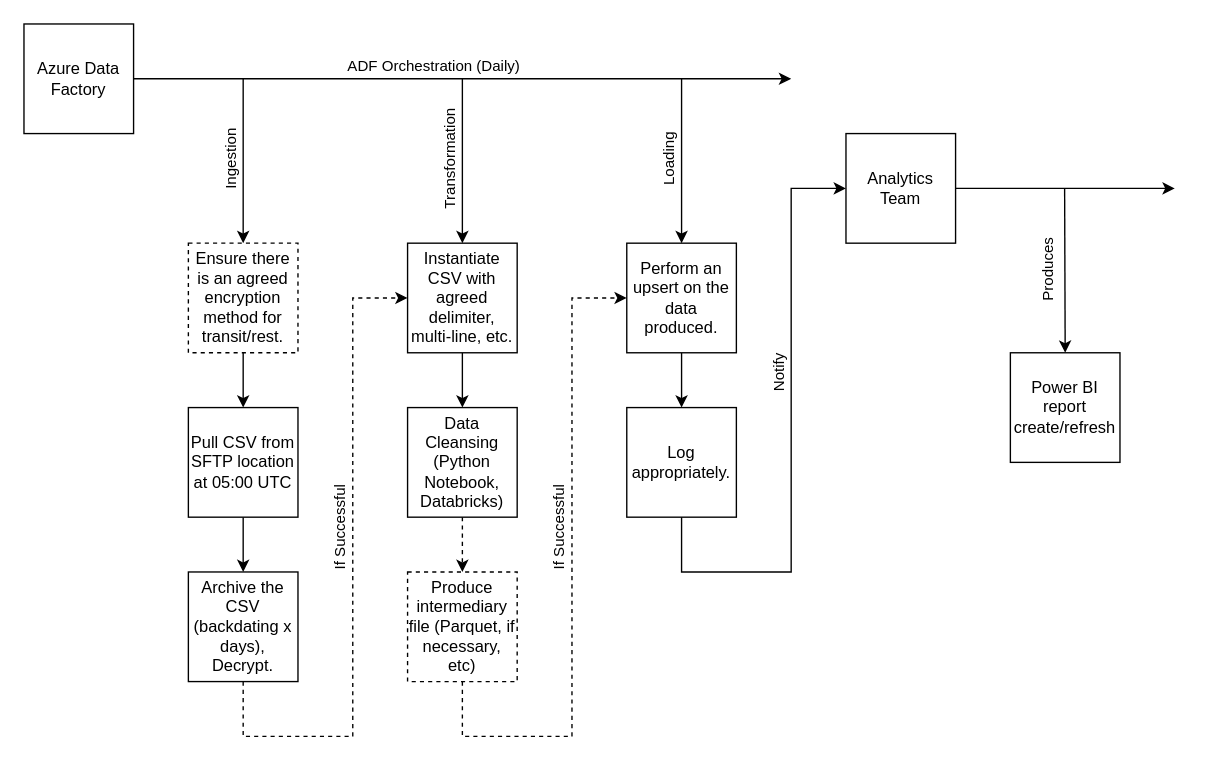
z-er/de5m5 keeps this draw.io diagram as Example_Plan.drawio. Above is the earlier version. Source tidied: cells renumbered, new cells numbered last; positions are measured from the earlier drawing's top-left corner, leaving out a move shared by most shapes. Both pictures are drawn from the tidied source at 137%, with x=0, y=0 at pixel (23, 23).
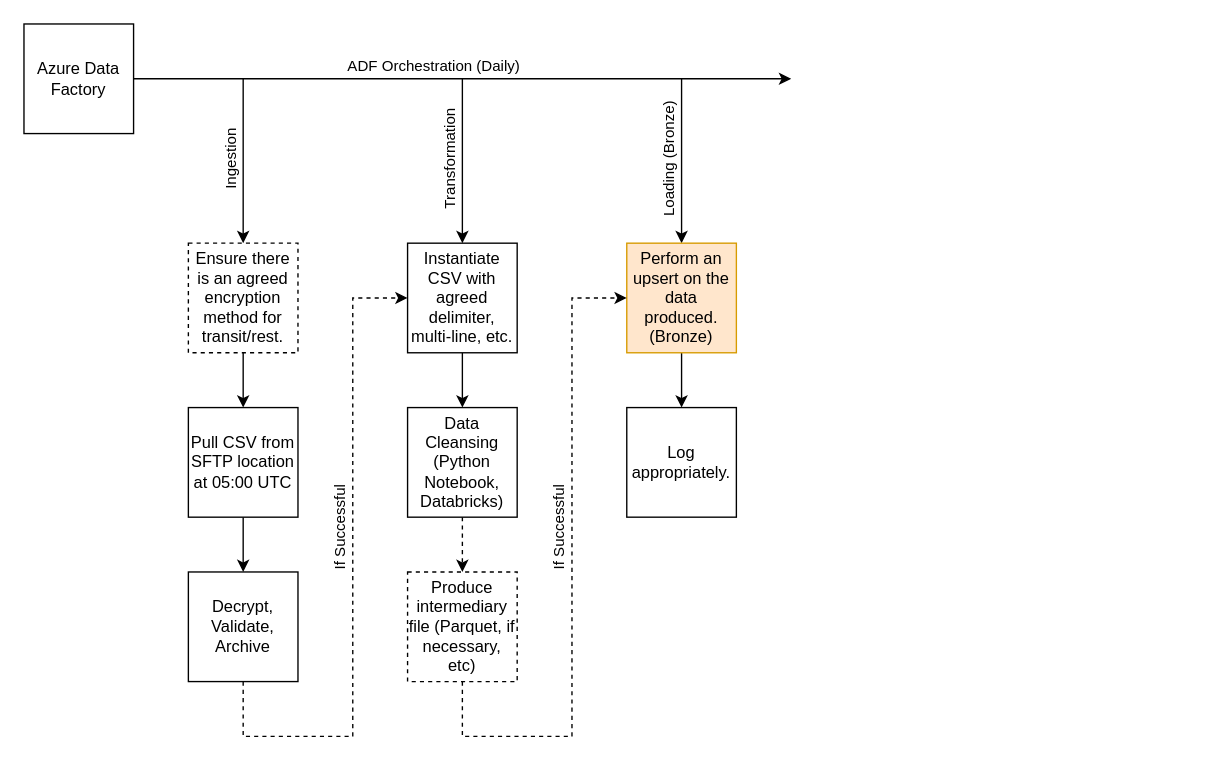
The same diagram, later.

Unchanged cells that the change refers to:
```xml
<mxCell id="21" style="endArrow=classic;html=1;rounded=0;entryX=0.5;entryY=0;entryDx=0;entryDy=0;" parent="1" edge="1" target="24">
  <mxGeometry relative="1" as="geometry">
    <mxPoint x="480" y="40" as="sourcePoint" />
  </mxGeometry>
</mxCell>
<mxCell id="27" value="Log appropriately." style="rounded=0;whiteSpace=wrap;html=1;" parent="1" vertex="1">
  <mxGeometry x="440" y="280" width="80" height="80" as="geometry" />
</mxCell>
```

Change to the diagram source:
```diff
@@
-    <mxCell id="11" value="Archive the CSV (backdating x days), Decrypt." style="rounded=0;whiteSpace=wrap;html=1;" parent="1" vertex="1">
+    <mxCell id="11" value="Decrypt, Validate, Archive" style="rounded=0;whiteSpace=wrap;html=1;" parent="1" vertex="1">
       <mxGeometry x="120" y="400" width="80" height="80" as="geometry" />
     </mxCell>
@@
-    <mxCell id="22" value="Loading" style="edgeLabel;html=1;align=center;verticalAlign=middle;rotation=-90;" parent="21" vertex="1">
+    <mxCell id="22" value="Loading (Bronze)" style="edgeLabel;html=1;align=center;verticalAlign=middle;rotation=-90;" parent="21" vertex="1">
       <mxGeometry x="-0.05" y="-2" relative="1" as="geometry">
         <mxPoint x="-8" y="3" as="offset" />
       </mxGeometry>
     </mxCell>
@@
-    <mxCell id="24" value="Perform an upsert on the data produced." style="rounded=0;whiteSpace=wrap;html=1;" parent="1" vertex="1">
+    <mxCell id="24" value="Perform an upsert on the data produced. (Bronze)" style="rounded=0;whiteSpace=wrap;html=1;fillColor=#ffe6cc;strokeColor=#d79b00;" parent="1" vertex="1">
       <mxGeometry x="440" y="160" width="80" height="80" as="geometry" />
     </mxCell>
@@
-    <mxCell id="28" value="Analytics Team" style="rounded=0;whiteSpace=wrap;html=1;" parent="1" vertex="1">
-      <mxGeometry x="600" y="80" width="80" height="80" as="geometry" />
-    </mxCell>
-    <mxCell id="29" style="endArrow=classic;html=1;rounded=0;exitX=0.5;exitY=1;exitDx=0;exitDy=0;entryX=0;entryY=0.5;entryDx=0;entryDy=0;" parent="1" edge="1" source="27" target="28">
-      <mxGeometry relative="1" as="geometry">
-        <Array as="points">
-          <mxPoint x="480" y="400" />
-          <mxPoint x="560" y="400" />
-          <mxPoint x="560" y="120" />
-        </Array>
-      </mxGeometry>
-    </mxCell>
-    <mxCell id="30" value="Notify" style="edgeLabel;html=1;align=center;verticalAlign=middle;rotation=-90;" parent="29" vertex="1">
-      <mxGeometry x="0.08" y="3" relative="1" as="geometry">
-        <mxPoint x="-7" y="-26" as="offset" />
-      </mxGeometry>
-    </mxCell>
-    <mxCell id="31" style="endArrow=classic;html=1;rounded=0;exitX=1;exitY=0.5;exitDx=0;exitDy=0;" parent="1" edge="1" source="28">
-      <mxGeometry relative="1" as="geometry">
-        <mxPoint x="840" y="120" as="targetPoint" />
-      </mxGeometry>
-    </mxCell>
-    <mxCell id="32" style="endArrow=classic;html=1;rounded=0;entryX=0.5;entryY=0;entryDx=0;entryDy=0;" parent="1" edge="1" target="34">
-      <mxGeometry relative="1" as="geometry">
-        <mxPoint x="759.6" y="120" as="sourcePoint" />
-      </mxGeometry>
-    </mxCell>
-    <mxCell id="33" value="Produces" style="edgeLabel;html=1;align=center;verticalAlign=middle;rotation=-90;" parent="32" vertex="1">
-      <mxGeometry x="0.12" y="-3" relative="1" as="geometry">
-        <mxPoint x="-10" y="-7" as="offset" />
-      </mxGeometry>
-    </mxCell>
-    <mxCell id="34" value="Power BI report create/refresh" style="rounded=0;whiteSpace=wrap;html=1;" parent="1" vertex="1">
-      <mxGeometry x="720" y="240" width="80" height="80" as="geometry" />
-    </mxCell>
```
